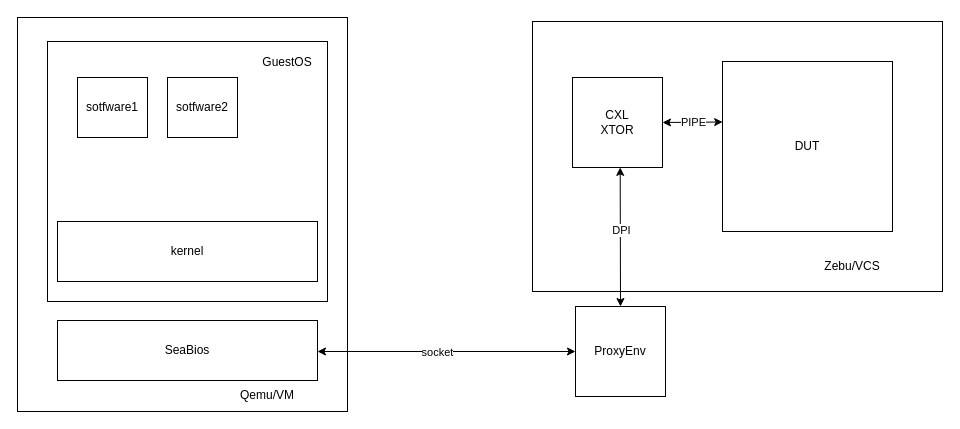
This is page "第 3 页" (3 of 3) of other.drawio from lychee8253/draw.io, a draw.io file, before an edit. Source tidied: cells renumbered, new cells numbered last; positions are measured from the earlier drawing's top-left corner, leaving out a move shared by most shapes. Both pictures are drawn from the tidied source at 100%, with x=0, y=0 at pixel (17, 17).
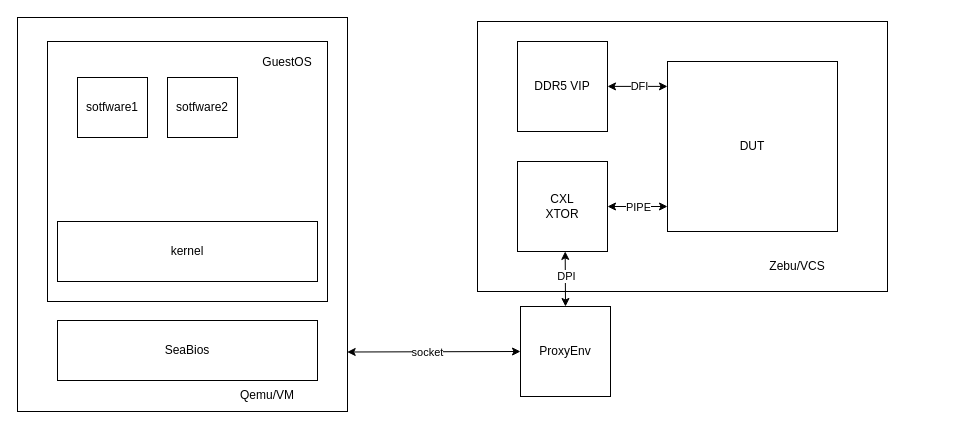
After the change.

Unchanged cells that the change refers to:
```xml
<mxCell id="11" style="rounded=0;whiteSpace=wrap;html=1;" parent="1" vertex="1">
  <mxGeometry width="330" height="394" as="geometry" />
</mxCell>
```

The edit, as a diff of the source:
```diff
@@
     <mxCell id="2" style="rounded=0;whiteSpace=wrap;html=1;" parent="1" vertex="1">
-      <mxGeometry x="515" y="4" width="410" height="270" as="geometry" />
+      <mxGeometry x="460" y="4" width="410" height="270" as="geometry" />
     </mxCell>
     <mxCell id="3" value="DUT" style="whiteSpace=wrap;html=1;" parent="1" vertex="1">
-      <mxGeometry x="705" y="44" width="170" height="170" as="geometry" />
+      <mxGeometry x="650" y="44" width="170" height="170" as="geometry" />
     </mxCell>
     <mxCell id="4" value="&lt;div&gt;CXL&lt;/div&gt;XTOR" style="whiteSpace=wrap;html=1;" parent="1" vertex="1">
-      <mxGeometry x="555" y="60" width="90" height="90" as="geometry" />
+      <mxGeometry x="500" y="144" width="90" height="90" as="geometry" />
     </mxCell>
-    <mxCell id="5" style="endArrow=classic;startArrow=classic;html=1;rounded=0;exitX=1;exitY=0.5;exitDx=0;exitDy=0;entryX=0.001;entryY=0.356;entryDx=0;entryDy=0;entryPerimeter=0;" parent="1" edge="1" source="4" target="3">
+    <mxCell id="5" style="endArrow=classic;startArrow=classic;html=1;rounded=0;exitX=1;exitY=0.5;exitDx=0;exitDy=0;entryX=0;entryY=0.853;entryDx=0;entryDy=0;entryPerimeter=0;" parent="1" edge="1" source="4" target="3">
       <mxGeometry relative="1" as="geometry" />
     </mxCell>
@@
     <mxCell id="7" value="Zebu/VCS" style="text;html=1;align=center;verticalAlign=middle;whiteSpace=wrap;rounded=0;" parent="1" vertex="1">
-      <mxGeometry x="805" y="234" width="60" height="30" as="geometry" />
+      <mxGeometry x="750" y="234" width="60" height="30" as="geometry" />
     </mxCell>
     <mxCell id="8" value="&lt;div&gt;ProxyEnv&lt;/div&gt;" style="whiteSpace=wrap;html=1;" parent="1" vertex="1">
-      <mxGeometry x="558" y="289" width="90" height="90" as="geometry" />
+      <mxGeometry x="503" y="289" width="90" height="90" as="geometry" />
     </mxCell>
@@
-    <mxCell id="13" style="endArrow=classic;startArrow=classic;html=1;rounded=0;entryX=0;entryY=0.5;entryDx=0;entryDy=0;" parent="1" edge="1" target="8">
-      <mxGeometry relative="1" as="geometry">
-        <mxPoint x="300" y="334" as="sourcePoint" />
-      </mxGeometry>
+    <mxCell id="13" style="endArrow=classic;startArrow=classic;html=1;rounded=0;entryX=0;entryY=0.5;entryDx=0;entryDy=0;exitX=0.999;exitY=0.849;exitDx=0;exitDy=0;exitPerimeter=0;" parent="1" edge="1" source="11" target="8">
+      <mxGeometry relative="1" as="geometry" />
     </mxCell>
@@
+    <mxCell id="21" value="&lt;div&gt;DDR5 VIP&lt;/div&gt;" style="whiteSpace=wrap;html=1;" parent="1" vertex="1">
+      <mxGeometry x="500" y="24" width="90" height="90" as="geometry" />
+    </mxCell>
+    <mxCell id="22" style="endArrow=classic;startArrow=classic;html=1;rounded=0;exitX=1;exitY=0.5;exitDx=0;exitDy=0;entryX=0;entryY=0.853;entryDx=0;entryDy=0;entryPerimeter=0;" parent="1" edge="1">
+      <mxGeometry relative="1" as="geometry">
+        <mxPoint x="590" y="68.9" as="sourcePoint" />
+        <mxPoint x="650" y="68.9" as="targetPoint" />
+      </mxGeometry>
+    </mxCell>
+    <mxCell id="23" value="DFI" style="edgeLabel;html=1;align=center;verticalAlign=middle;" parent="22" vertex="1">
+      <mxGeometry x="0.03" relative="1" as="geometry" />
+    </mxCell>
```
